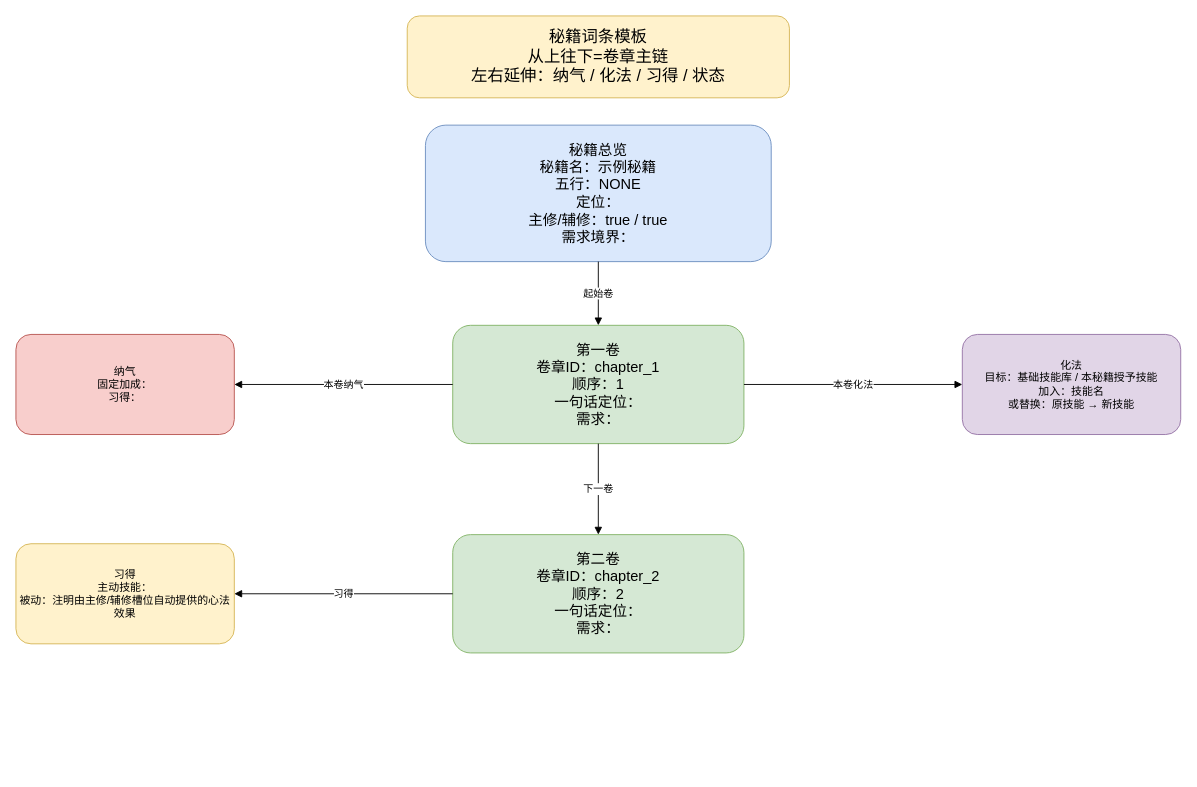
The draw.io diagram docs/秘籍词典/drawio/_秘籍模板.drawio in ankundanetracyc-spec/tian-guan-you-du, before the edit. Source tidied: cells renumbered, new cells numbered last; positions are measured from the earlier drawing's top-left corner, leaving out a move shared by most shapes. Both pictures are drawn from the tidied source at 91%, with x=0, y=0 at pixel (15, 15).
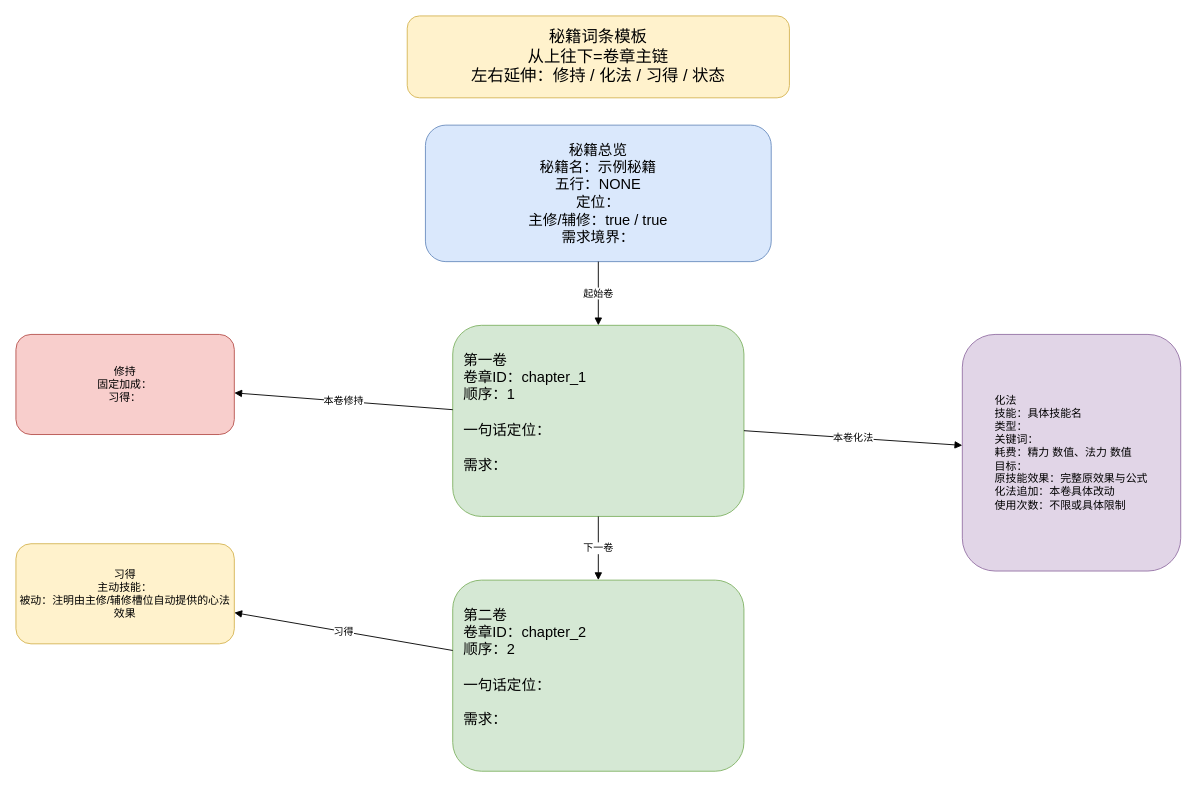
After the change.

What changed in the source:
```diff
@@
 <mxGraphModel>
   <root>
     <mxCell id="0" />
     <mxCell id="1" parent="0" />
-    <mxCell id="2" value="秘籍词条模板&#10;从上往下=卷章主链&#10;左右延伸：纳气 / 化法 / 习得 / 状态" style="rounded=1;whiteSpace=wrap;html=1;fillColor=#fff2cc;strokeColor=#d6b656;fontSize=18;" parent="1" vertex="1">
+    <mxCell id="2" value="秘籍词条模板&#10;从上往下=卷章主链&#10;左右延伸：修持 / 化法 / 习得 / 状态" style="rounded=1;whiteSpace=wrap;html=1;fillColor=#fff2cc;strokeColor=#d6b656;fontSize=18;" parent="1" vertex="1">
       <mxGeometry x="430" width="420" height="90" as="geometry" />
     </mxCell>
     <mxCell id="3" value="秘籍总览&#10;秘籍名：示例秘籍&#10;五行：NONE&#10;定位：&#10;主修/辅修：true / true&#10;需求境界：" style="rounded=1;whiteSpace=wrap;html=1;fillColor=#dae8fc;strokeColor=#6c8ebf;fontSize=16;" parent="1" vertex="1">
       <mxGeometry x="450" y="120" width="380" height="150" as="geometry" />
     </mxCell>
-    <mxCell id="4" value="第一卷&#10;卷章ID：chapter_1&#10;顺序：1&#10;一句话定位：&#10;需求：" style="rounded=1;whiteSpace=wrap;html=1;fillColor=#d5e8d4;strokeColor=#82b366;fontSize=16;" parent="1" vertex="1">
-      <mxGeometry x="480" y="340" width="320" height="130" as="geometry" />
+    <mxCell id="4" value="&lt;div style=&quot;text-align:left;&quot;&gt;第一卷&lt;br&gt;卷章ID：chapter_1&lt;br&gt;顺序：1&lt;br&gt;&lt;br&gt;一句话定位：&lt;br&gt;&lt;br&gt;需求：&lt;/div&gt;" style="rounded=1;fillColor=#d5e8d4;strokeColor=#82b366;fontSize=16;align=left;verticalAlign=top;spacing=12;spacingTop=12;whiteSpace=wrap;html=1;" parent="1" vertex="1">
+      <mxGeometry x="480" y="340" width="320" height="210" as="geometry" />
     </mxCell>
-    <mxCell id="5" value="第二卷&#10;卷章ID：chapter_2&#10;顺序：2&#10;一句话定位：&#10;需求：" style="rounded=1;whiteSpace=wrap;html=1;fillColor=#d5e8d4;strokeColor=#82b366;fontSize=16;" parent="1" vertex="1">
-      <mxGeometry x="480" y="570" width="320" height="130" as="geometry" />
+    <mxCell id="5" value="&lt;div style=&quot;text-align:left;&quot;&gt;第二卷&lt;br&gt;卷章ID：chapter_2&lt;br&gt;顺序：2&lt;br&gt;&lt;br&gt;一句话定位：&lt;br&gt;&lt;br&gt;需求：&lt;/div&gt;" style="rounded=1;fillColor=#d5e8d4;strokeColor=#82b366;fontSize=16;align=left;verticalAlign=top;spacing=12;spacingTop=12;whiteSpace=wrap;html=1;" parent="1" vertex="1">
+      <mxGeometry x="480" y="620" width="320" height="210" as="geometry" />
     </mxCell>
-    <mxCell id="6" value="纳气&#10;固定加成：&#10;习得：" style="rounded=1;whiteSpace=wrap;html=1;fillColor=#f8cecc;strokeColor=#b85450;" parent="1" vertex="1">
+    <mxCell id="6" value="修持&#10;固定加成：&#10;习得：" style="rounded=1;whiteSpace=wrap;html=1;fillColor=#f8cecc;strokeColor=#b85450;" parent="1" vertex="1">
       <mxGeometry y="350" width="240" height="110" as="geometry" />
     </mxCell>
-    <mxCell id="7" value="化法&#10;目标：基础技能库 / 本秘籍授予技能&#10;加入：技能名&#10;或替换：原技能 → 新技能" style="rounded=1;whiteSpace=wrap;html=1;fillColor=#e1d5e7;strokeColor=#9673a6;" parent="1" vertex="1">
-      <mxGeometry x="1040" y="350" width="240" height="110" as="geometry" />
+    <mxCell id="7" value="&lt;div style=&quot;text-align:left;&quot;&gt;化法&lt;br&gt;技能：具体技能名&lt;br&gt;类型：&lt;br&gt;关键词：&lt;br&gt;耗费：精力 数值、法力 数值&lt;br&gt;目标：&lt;br&gt;原技能效果：完整原效果与公式&lt;br&gt;化法追加：本卷具体改动&lt;br&gt;使用次数：不限或具体限制&lt;/div&gt;" style="rounded=1;whiteSpace=wrap;html=1;fillColor=#e1d5e7;strokeColor=#9673a6;" parent="1" vertex="1">
+      <mxGeometry x="1040" y="350" width="240" height="260" as="geometry" />
     </mxCell>
     <mxCell id="8" value="习得&#10;主动技能：&#10;被动：注明由主修/辅修槽位自动提供的心法效果" style="rounded=1;whiteSpace=wrap;html=1;fillColor=#fff2cc;strokeColor=#d6b656;" parent="1" vertex="1">
       <mxGeometry y="580" width="240" height="110" as="geometry" />
     </mxCell>
     <mxCell id="9" value="起始卷" style="endArrow=block;html=1;" parent="1" edge="1" source="3" target="4">
       <mxGeometry relative="1" as="geometry" />
     </mxCell>
     <mxCell id="10" value="下一卷" style="endArrow=block;html=1;" parent="1" edge="1" source="4" target="5">
       <mxGeometry relative="1" as="geometry" />
     </mxCell>
-    <mxCell id="11" value="本卷纳气" style="endArrow=block;html=1;" parent="1" edge="1" source="4" target="6">
+    <mxCell id="11" value="本卷修持" style="endArrow=block;html=1;" parent="1" edge="1" source="4" target="6">
       <mxGeometry relative="1" as="geometry" />
     </mxCell>
     <mxCell id="12" value="本卷化法" style="endArrow=block;html=1;" parent="1" edge="1" source="4" target="7">
       <mxGeometry relative="1" as="geometry" />
     </mxCell>
     <mxCell id="13" value="习得" style="endArrow=block;html=1;" parent="1" edge="1" source="5" target="8">
       <mxGeometry relative="1" as="geometry" />
     </mxCell>
   </root>
 </mxGraphModel>
```
